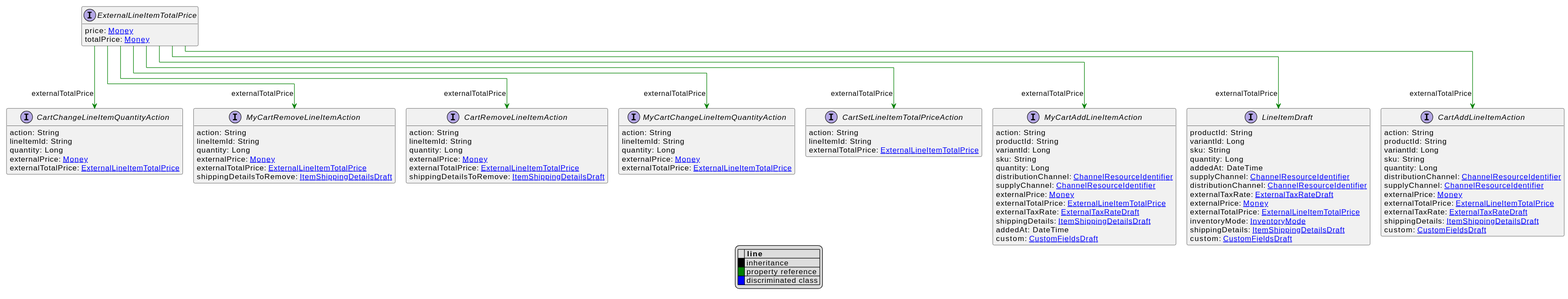
commercetools/commercetools-api-reference keeps this PlantUML diagram as uml/api/svg/ExternalLineItemTotalPrice.svg. Above is the earlier version.
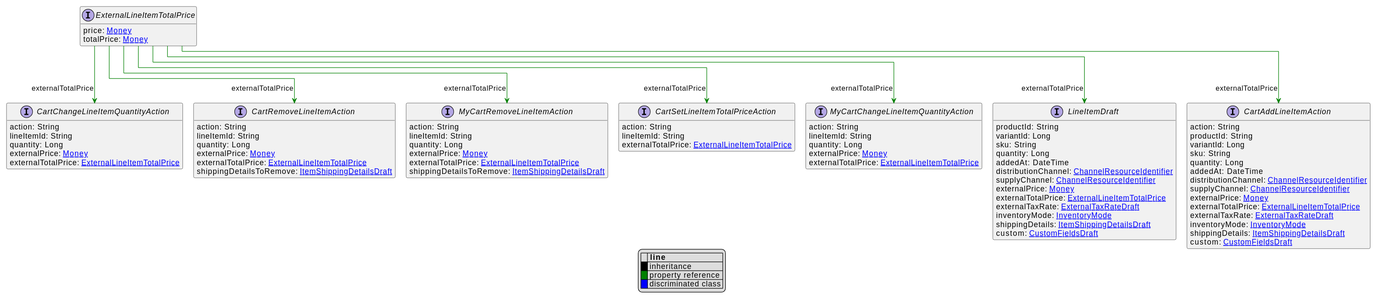
The same diagram one commit later.

What changed in the source:
```diff
@@ -21,11 +21,11 @@
     sku: String
     quantity: Long
     addedAt: DateTime
+    distributionChannel: [[ChannelResourceIdentifier.svg ChannelResourceIdentifier]]
     supplyChannel: [[ChannelResourceIdentifier.svg ChannelResourceIdentifier]]
-    distributionChannel: [[ChannelResourceIdentifier.svg ChannelResourceIdentifier]]
-    externalTaxRate: [[ExternalTaxRateDraft.svg ExternalTaxRateDraft]]
     externalPrice: [[Money.svg Money]]
     externalTotalPrice: [[ExternalLineItemTotalPrice.svg ExternalLineItemTotalPrice]]
+    externalTaxRate: [[ExternalTaxRateDraft.svg ExternalTaxRateDraft]]
     inventoryMode: [[InventoryMode.svg InventoryMode]]
     shippingDetails: [[ItemShippingDetailsDraft.svg ItemShippingDetailsDraft]]
     custom: [[CustomFieldsDraft.svg CustomFieldsDraft]]
@@ -36,11 +36,13 @@
     variantId: Long
     sku: String
     quantity: Long
+    addedAt: DateTime
     distributionChannel: [[ChannelResourceIdentifier.svg ChannelResourceIdentifier]]
     supplyChannel: [[ChannelResourceIdentifier.svg ChannelResourceIdentifier]]
     externalPrice: [[Money.svg Money]]
     externalTotalPrice: [[ExternalLineItemTotalPrice.svg ExternalLineItemTotalPrice]]
     externalTaxRate: [[ExternalTaxRateDraft.svg ExternalTaxRateDraft]]
+    inventoryMode: [[InventoryMode.svg InventoryMode]]
     shippingDetails: [[ItemShippingDetailsDraft.svg ItemShippingDetailsDraft]]
     custom: [[CustomFieldsDraft.svg CustomFieldsDraft]]
 }
@@ -64,21 +66,6 @@
     lineItemId: String
     externalTotalPrice: [[ExternalLineItemTotalPrice.svg ExternalLineItemTotalPrice]]
 }
-interface MyCartAddLineItemAction [[MyCartAddLineItemAction.svg]]  {
-    action: String
-    productId: String
-    variantId: Long
-    sku: String
-    quantity: Long
-    distributionChannel: [[ChannelResourceIdentifier.svg ChannelResourceIdentifier]]
-    supplyChannel: [[ChannelResourceIdentifier.svg ChannelResourceIdentifier]]
-    externalPrice: [[Money.svg Money]]
-    externalTotalPrice: [[ExternalLineItemTotalPrice.svg ExternalLineItemTotalPrice]]
-    externalTaxRate: [[ExternalTaxRateDraft.svg ExternalTaxRateDraft]]
-    shippingDetails: [[ItemShippingDetailsDraft.svg ItemShippingDetailsDraft]]
-    addedAt: DateTime
-    custom: [[CustomFieldsDraft.svg CustomFieldsDraft]]
-}
 interface MyCartChangeLineItemQuantityAction [[MyCartChangeLineItemQuantityAction.svg]]  {
     action: String
     lineItemId: String
@@ -100,7 +87,6 @@
 ExternalLineItemTotalPrice --> CartChangeLineItemQuantityAction #green;text:green : "externalTotalPrice"
 ExternalLineItemTotalPrice --> CartRemoveLineItemAction #green;text:green : "externalTotalPrice"
 ExternalLineItemTotalPrice --> CartSetLineItemTotalPriceAction #green;text:green : "externalTotalPrice"
-ExternalLineItemTotalPrice --> MyCartAddLineItemAction #green;text:green : "externalTotalPrice"
 ExternalLineItemTotalPrice --> MyCartChangeLineItemQuantityAction #green;text:green : "externalTotalPrice"
 ExternalLineItemTotalPrice --> MyCartRemoveLineItemAction #green;text:green : "externalTotalPrice"
 @enduml
```
